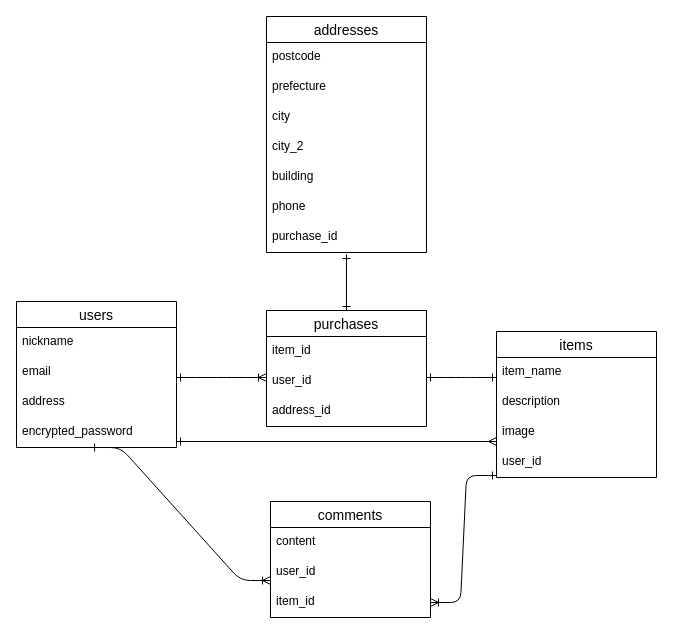
KayTsujita/furima-39062 keeps this draw.io diagram as furima.dio. Above is the earlier version. Source tidied: cells renumbered, new cells numbered last; positions are measured from the earlier drawing's top-left corner, leaving out a move shared by most shapes. Both pictures are drawn from the tidied source at 100%, with x=0, y=0 at pixel (16, 16).
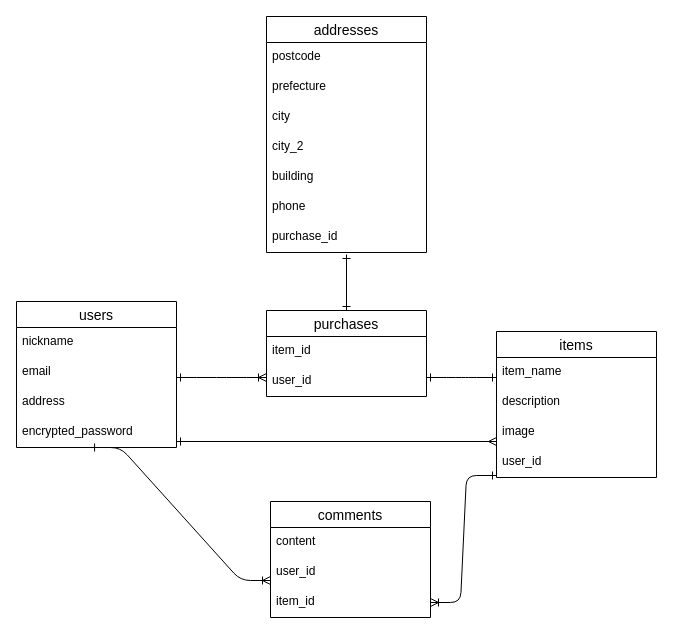
Above is the later version.

Commit message (it also covers changes not shown here):
ER図、設計情報記述_修正3

Change to the diagram source:
```diff
@@
     <mxCell id="19" value="purchases" style="swimlane;fontStyle=0;horizontal=1;startSize=26;align=center;fontSize=14;" parent="1" vertex="1">
-      <mxGeometry x="250" y="294" width="160" height="116" as="geometry" />
+      <mxGeometry x="250" y="294" width="160" height="86" as="geometry" />
     </mxCell>
@@
-    <mxCell id="22" value="address_id" style="text;strokeColor=none;fillColor=none;spacingLeft=4;spacingRight=4;overflow=hidden;fontSize=12;" parent="19" vertex="1">
-      <mxGeometry y="86" width="160" height="30" as="geometry" />
-    </mxCell>
```
